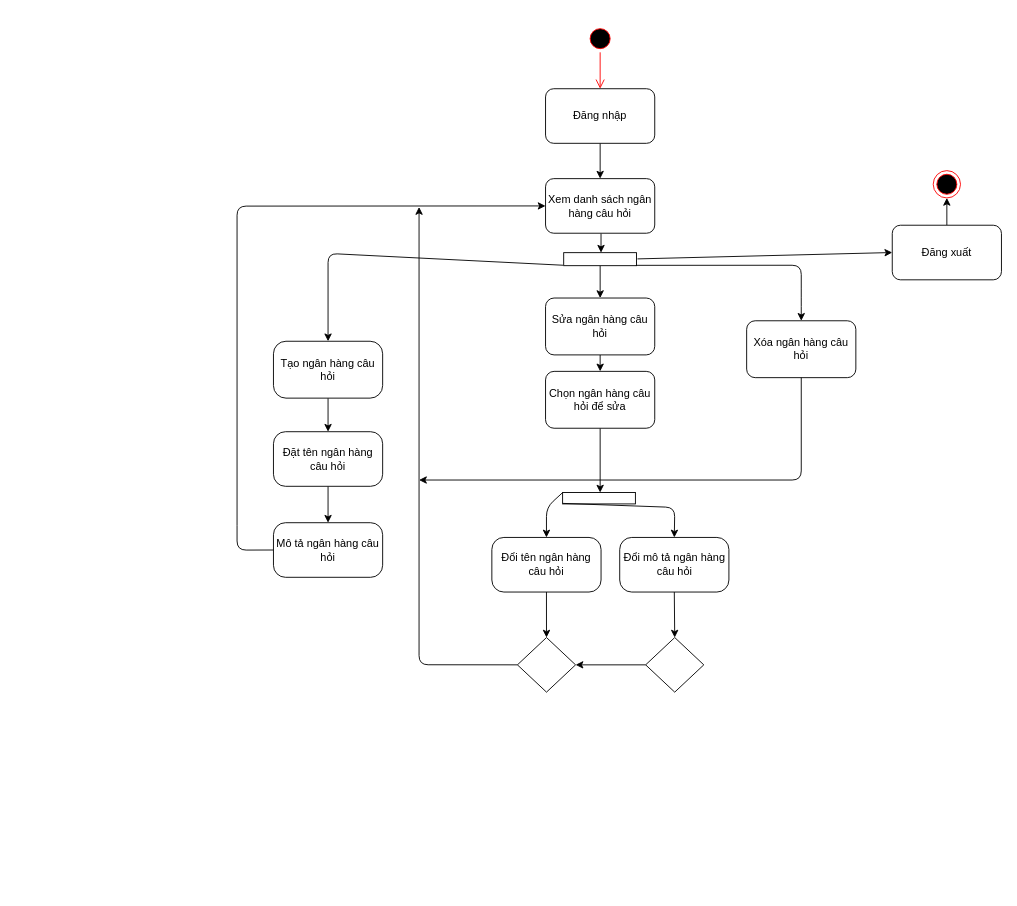
This is page "Quản lý câu hỏi" (2 of 4) of activitydiagram.drawio from VDT1805/ChallengeCreator, a draw.io file, before an edit. Source tidied: cells renumbered, new cells numbered last; positions are measured from the earlier drawing's top-left corner, leaving out a move shared by most shapes. Both pictures are drawn from the tidied source at 91%, with x=0, y=0 at pixel (237, 25).
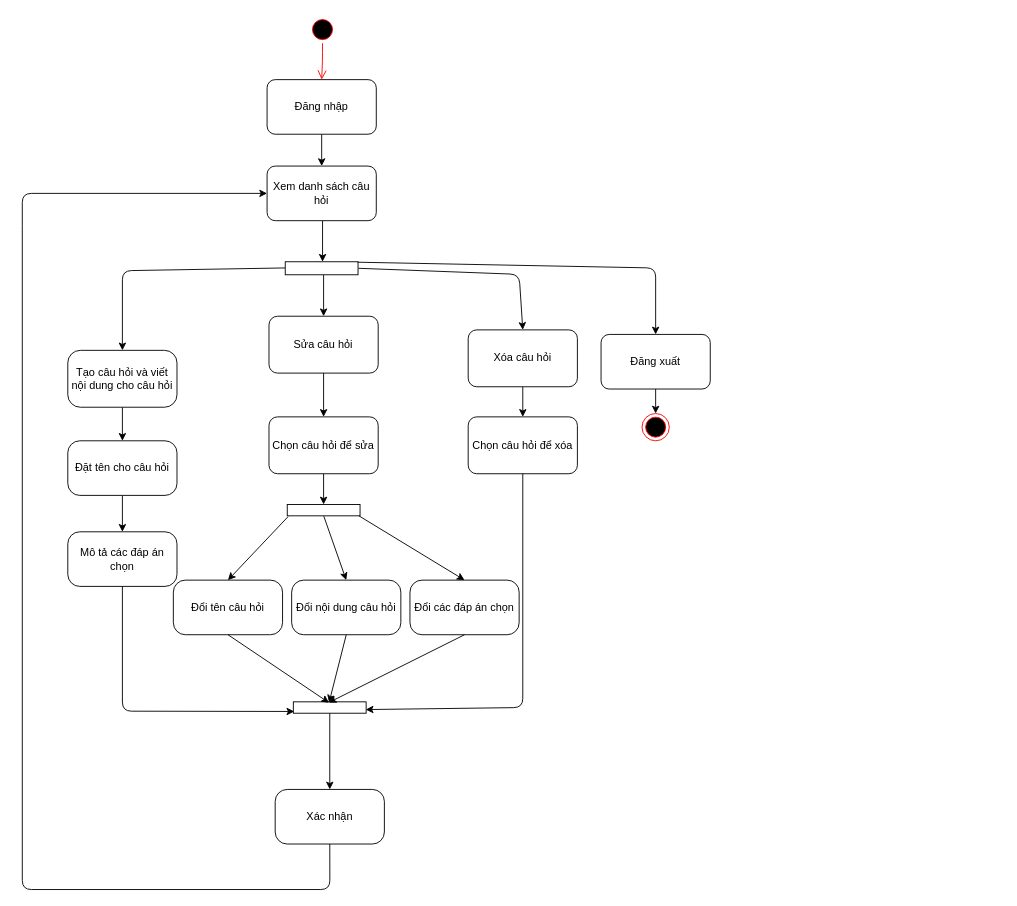
The same diagram, later.

What changed in the source:
```diff
@@
-    <mxCell id="2" style="ellipse;html=1;shape=endState;fillColor=#000000;strokeColor=#ff0000;" parent="1" vertex="1">
-      <mxGeometry x="765" y="160" width="30" height="30" as="geometry" />
-    </mxCell>
-    <mxCell id="3" style="ellipse;html=1;shape=startState;fillColor=#000000;strokeColor=#ff0000;" parent="1" vertex="1">
-      <mxGeometry x="384" width="30" height="30" as="geometry" />
-    </mxCell>
-    <mxCell id="4" style="edgeStyle=orthogonalEdgeStyle;html=1;verticalAlign=bottom;endArrow=open;endSize=8;strokeColor=#ff0000;entryX=0.5;entryY=0;entryDx=0;entryDy=0;" parent="1" edge="1" source="3" target="6">
-      <mxGeometry relative="1" as="geometry" />
-    </mxCell>
-    <mxCell id="5" style="edgeStyle=none;html=1;exitX=0.5;exitY=1;exitDx=0;exitDy=0;entryX=0.5;entryY=0;entryDx=0;entryDy=0;" parent="1" edge="1" source="6" target="19">
-      <mxGeometry relative="1" as="geometry" />
-    </mxCell>
+    <mxCell id="40" style="ellipse;html=1;shape=endState;fillColor=#000000;strokeColor=#ff0000;" parent="1" vertex="1">
+      <mxGeometry x="445" y="426.9" width="30" height="30" as="geometry" />
+    </mxCell>
+    <mxCell id="41" style="ellipse;html=1;shape=startState;fillColor=#000000;strokeColor=#ff0000;" parent="1" vertex="1">
+      <mxGeometry x="78.9" y="-10" width="30" height="30" as="geometry" />
+    </mxCell>
+    <mxCell id="42" style="edgeStyle=orthogonalEdgeStyle;html=1;verticalAlign=bottom;endArrow=open;endSize=8;strokeColor=#ff0000;entryX=0.5;entryY=0;entryDx=0;entryDy=0;" parent="1" edge="1" source="41" target="6">
+      <mxGeometry relative="1" as="geometry" />
+    </mxCell>
+    <mxCell id="43" style="edgeStyle=none;html=1;exitX=0.5;exitY=1;exitDx=0;exitDy=0;entryX=0.5;entryY=0;entryDx=0;entryDy=0;" parent="1" edge="1" source="6" target="56">
+      <mxGeometry relative="1" as="geometry" />
+    </mxCell>
     <mxCell id="6" value="Đăng nhập" style="rounded=1;whiteSpace=wrap;html=1;" parent="1" vertex="1">
-      <mxGeometry x="339" y="70" width="120" height="60" as="geometry" />
+      <mxGeometry x="33" y="60" width="120" height="60" as="geometry" />
     </mxCell>
-    <mxCell id="7" style="edgeStyle=none;html=1;" parent="1" edge="1" source="8" target="22">
-      <mxGeometry relative="1" as="geometry" />
-    </mxCell>
-    <mxCell id="8" value="Tạo ngân hàng câu hỏi" style="rounded=1;whiteSpace=wrap;html=1;arcSize=22;" parent="1" vertex="1">
-      <mxGeometry x="40" y="347.5" width="120" height="62.5" as="geometry" />
-    </mxCell>
-    <mxCell id="9" style="edgeStyle=none;html=1;" parent="1" edge="1" source="10" target="32">
-      <mxGeometry relative="1" as="geometry" />
-    </mxCell>
-    <mxCell id="10" value="Sửa ngân hàng câu hỏi" style="rounded=1;whiteSpace=wrap;html=1;" parent="1" vertex="1">
-      <mxGeometry x="339" y="300" width="120" height="62.5" as="geometry" />
-    </mxCell>
-    <mxCell id="11" value="Xóa ngân hàng câu hỏi" style="rounded=1;whiteSpace=wrap;html=1;" parent="1" vertex="1">
-      <mxGeometry x="560" y="325" width="120" height="62.5" as="geometry" />
-    </mxCell>
-    <mxCell id="12" style="edgeStyle=none;html=1;entryX=0.5;entryY=0;entryDx=0;entryDy=0;exitX=0.974;exitY=0.016;exitDx=0;exitDy=0;exitPerimeter=0;" parent="1" edge="1" source="15" target="11">
-      <mxGeometry relative="1" as="geometry">
-        <Array as="points">
-          <mxPoint x="620" y="264" />
-          <mxPoint x="620" y="300" />
-        </Array>
-      </mxGeometry>
-    </mxCell>
-    <mxCell id="13" style="edgeStyle=none;html=1;entryX=0.5;entryY=0;entryDx=0;entryDy=0;exitX=0.967;exitY=1.008;exitDx=0;exitDy=0;exitPerimeter=0;" parent="1" edge="1" source="15" target="8">
-      <mxGeometry relative="1" as="geometry">
-        <Array as="points">
-          <mxPoint x="100" y="251" />
-        </Array>
-      </mxGeometry>
-    </mxCell>
-    <mxCell id="14" style="edgeStyle=none;rounded=1;html=1;entryX=0.5;entryY=0;entryDx=0;entryDy=0;endArrow=classic;endFill=1;" parent="1" edge="1" source="15" target="10">
-      <mxGeometry relative="1" as="geometry" />
-    </mxCell>
-    <mxCell id="15" style="html=1;points=[];perimeter=orthogonalPerimeter;rotation=90;" parent="1" vertex="1">
-      <mxGeometry x="391.8" y="217.3" width="14.3" height="80" as="geometry" />
-    </mxCell>
-    <mxCell id="16" style="edgeStyle=none;html=1;" parent="1" edge="1" source="17" target="2">
-      <mxGeometry relative="1" as="geometry" />
-    </mxCell>
+    <mxCell id="44" style="edgeStyle=none;html=1;" parent="1" edge="1" source="45" target="58">
+      <mxGeometry relative="1" as="geometry" />
+    </mxCell>
+    <mxCell id="45" value="Tạo câu hỏi và viết nội dung cho câu hỏi" style="rounded=1;whiteSpace=wrap;html=1;arcSize=22;" parent="1" vertex="1">
+      <mxGeometry x="-186" y="357.5" width="120" height="62.5" as="geometry" />
+    </mxCell>
+    <mxCell id="46" style="edgeStyle=none;html=1;" parent="1" edge="1" source="47" target="64">
+      <mxGeometry relative="1" as="geometry" />
+    </mxCell>
+    <mxCell id="47" value="Sửa câu hỏi" style="rounded=1;whiteSpace=wrap;html=1;" parent="1" vertex="1">
+      <mxGeometry x="35.1" y="320" width="120" height="62.5" as="geometry" />
+    </mxCell>
+    <mxCell id="48" style="edgeStyle=none;html=1;endArrow=classic;endFill=1;" parent="1" edge="1" source="49" target="73">
+      <mxGeometry relative="1" as="geometry" />
+    </mxCell>
+    <mxCell id="49" value="Xóa câu hỏi" style="rounded=1;whiteSpace=wrap;html=1;" parent="1" vertex="1">
+      <mxGeometry x="254" y="335" width="120" height="62.5" as="geometry" />
+    </mxCell>
+    <mxCell id="50" style="edgeStyle=none;html=1;exitX=0.502;exitY=-0.004;exitDx=0;exitDy=0;exitPerimeter=0;entryX=0.5;entryY=0;entryDx=0;entryDy=0;" parent="1" edge="1" source="53" target="49">
+      <mxGeometry relative="1" as="geometry">
+        <Array as="points">
+          <mxPoint x="310" y="274" />
+        </Array>
+      </mxGeometry>
+    </mxCell>
+    <mxCell id="51" style="edgeStyle=none;html=1;entryX=0.5;entryY=0;entryDx=0;entryDy=0;exitX=0.474;exitY=0.999;exitDx=0;exitDy=0;exitPerimeter=0;" parent="1" edge="1" source="53" target="45">
+      <mxGeometry relative="1" as="geometry">
+        <Array as="points">
+          <mxPoint x="-126" y="270" />
+        </Array>
+      </mxGeometry>
+    </mxCell>
+    <mxCell id="52" style="edgeStyle=none;rounded=1;html=1;entryX=0.5;entryY=0;entryDx=0;entryDy=0;endArrow=classic;endFill=1;" parent="1" edge="1" source="53" target="47">
+      <mxGeometry relative="1" as="geometry" />
+    </mxCell>
+    <mxCell id="53" style="html=1;points=[];perimeter=orthogonalPerimeter;rotation=90;" parent="1" vertex="1">
+      <mxGeometry x="85.8" y="227.3" width="14.3" height="80" as="geometry" />
+    </mxCell>
+    <mxCell id="54" style="edgeStyle=none;html=1;" parent="1" edge="1" source="17" target="40">
+      <mxGeometry relative="1" as="geometry" />
+    </mxCell>
     <mxCell id="17" value="Đăng xuất" style="rounded=1;whiteSpace=wrap;html=1;" parent="1" vertex="1">
-      <mxGeometry x="720" y="220" width="120" height="60" as="geometry" />
+      <mxGeometry x="400" y="340" width="120" height="60" as="geometry" />
     </mxCell>
-    <mxCell id="18" style="edgeStyle=none;html=1;exitX=0.508;exitY=1.005;exitDx=0;exitDy=0;exitPerimeter=0;" parent="1" edge="1" source="19" target="15">
-      <mxGeometry relative="1" as="geometry" />
-    </mxCell>
-    <mxCell id="19" value="Xem danh sách ngân hàng câu hỏi" style="rounded=1;whiteSpace=wrap;html=1;" parent="1" vertex="1">
-      <mxGeometry x="339" y="168.8" width="120" height="60" as="geometry" />
-    </mxCell>
-    <mxCell id="20" style="endArrow=classic;html=1;entryX=0;entryY=0.5;entryDx=0;entryDy=0;startArrow=none;" parent="1" edge="1" target="19">
-      <mxGeometry relative="1" as="geometry">
-        <mxPoint y="550" as="sourcePoint" />
-        <Array as="points">
-          <mxPoint y="199" />
-        </Array>
-      </mxGeometry>
-    </mxCell>
-    <mxCell id="21" style="edgeStyle=none;html=1;" parent="1" edge="1" source="22" target="23">
-      <mxGeometry relative="1" as="geometry" />
-    </mxCell>
-    <mxCell id="22" value="Đặt tên ngân hàng câu hỏi" style="whiteSpace=wrap;html=1;rounded=1;arcSize=22;" parent="1" vertex="1">
-      <mxGeometry x="40" y="446.9" width="120" height="60" as="geometry" />
-    </mxCell>
-    <mxCell id="23" value="Mô tả ngân hàng câu hỏi" style="whiteSpace=wrap;html=1;rounded=1;arcSize=22;" parent="1" vertex="1">
-      <mxGeometry x="40" y="546.9" width="120" height="60" as="geometry" />
-    </mxCell>
-    <mxCell id="24" style="html=1;points=[];perimeter=orthogonalPerimeter;rotation=90;" parent="1" vertex="1">
-      <mxGeometry x="391.5" y="480" width="12.5" height="80" as="geometry" />
-    </mxCell>
-    <mxCell id="25" style="edgeStyle=none;html=1;exitX=0.5;exitY=1;exitDx=0;exitDy=0;entryX=0.5;entryY=0;entryDx=0;entryDy=0;" parent="1" edge="1" source="26" target="34">
-      <mxGeometry relative="1" as="geometry" />
-    </mxCell>
-    <mxCell id="26" value="Đổi tên ngân hàng câu hỏi" style="whiteSpace=wrap;html=1;rounded=1;arcSize=22;" parent="1" vertex="1">
-      <mxGeometry x="280" y="563.1" width="120" height="60" as="geometry" />
-    </mxCell>
-    <mxCell id="27" style="edgeStyle=none;html=1;exitX=0.5;exitY=1;exitDx=0;exitDy=0;entryX=0.5;entryY=0;entryDx=0;entryDy=0;" parent="1" edge="1" source="28" target="35">
-      <mxGeometry relative="1" as="geometry" />
-    </mxCell>
-    <mxCell id="28" value="Đổi mô tả ngân hàng câu hỏi" style="whiteSpace=wrap;html=1;rounded=1;arcSize=22;" parent="1" vertex="1">
-      <mxGeometry x="420.5" y="563.1" width="120" height="60" as="geometry" />
-    </mxCell>
-    <mxCell id="29" style="endArrow=classic;html=1;entryX=0.5;entryY=0;entryDx=0;entryDy=0;exitX=-0.009;exitY=0.997;exitDx=0;exitDy=0;exitPerimeter=0;" parent="1" edge="1" source="24" target="26">
-      <mxGeometry relative="1" as="geometry">
-        <Array as="points">
-          <mxPoint x="340" y="530.1" />
-        </Array>
-      </mxGeometry>
-    </mxCell>
-    <mxCell id="30" style="endArrow=classic;html=1;entryX=0.5;entryY=0;entryDx=0;entryDy=0;exitX=0.954;exitY=0.994;exitDx=0;exitDy=0;exitPerimeter=0;" parent="1" edge="1" source="24" target="28">
-      <mxGeometry relative="1" as="geometry">
-        <Array as="points">
-          <mxPoint x="481" y="530.1" />
-        </Array>
-      </mxGeometry>
-    </mxCell>
-    <mxCell id="31" style="edgeStyle=none;html=1;endArrow=classic;endFill=1;" parent="1" edge="1" source="32" target="24">
-      <mxGeometry relative="1" as="geometry" />
-    </mxCell>
-    <mxCell id="32" value="Chọn ngân hàng câu hỏi để sửa" style="rounded=1;whiteSpace=wrap;html=1;" parent="1" vertex="1">
-      <mxGeometry x="339" y="380.6" width="120" height="62.5" as="geometry" />
-    </mxCell>
-    <mxCell id="33" style="endArrow=classic;html=1;entryX=0;entryY=0.5;entryDx=0;entryDy=0;" parent="1" edge="1" target="17">
-      <mxGeometry relative="1" as="geometry">
-        <mxPoint x="440" y="257" as="sourcePoint" />
-      </mxGeometry>
-    </mxCell>
-    <mxCell id="34" style="rhombus;whiteSpace=wrap;html=1;" parent="1" vertex="1">
-      <mxGeometry x="308.1" y="673.1" width="63.9" height="60" as="geometry" />
-    </mxCell>
-    <mxCell id="35" style="rhombus;whiteSpace=wrap;html=1;" parent="1" vertex="1">
-      <mxGeometry x="449" y="673.1" width="63.9" height="60" as="geometry" />
-    </mxCell>
-    <mxCell id="36" style="endArrow=classic;html=1;strokeColor=default;exitX=0;exitY=0.5;exitDx=0;exitDy=0;entryX=1;entryY=0.5;entryDx=0;entryDy=0;" parent="1" edge="1" source="35" target="34">
-      <mxGeometry relative="1" as="geometry" />
-    </mxCell>
-    <mxCell id="37" style="endArrow=classic;html=1;strokeColor=default;exitX=0;exitY=0.5;exitDx=0;exitDy=0;" parent="1" edge="1" source="34">
-      <mxGeometry relative="1" as="geometry">
-        <mxPoint x="200" y="200" as="targetPoint" />
-        <Array as="points">
-          <mxPoint x="200" y="703" />
-        </Array>
-      </mxGeometry>
-    </mxCell>
-    <mxCell id="38" style="endArrow=none;html=1;startArrow=none;exitX=0;exitY=0.5;exitDx=0;exitDy=0;endFill=0;" parent="1" edge="1" source="23">
-      <mxGeometry relative="1" as="geometry">
-        <mxPoint y="550" as="targetPoint" />
-        <Array as="points">
-          <mxPoint y="577" />
-        </Array>
-      </mxGeometry>
-    </mxCell>
-    <mxCell id="39" style="edgeStyle=none;html=1;exitX=0.5;exitY=1;exitDx=0;exitDy=0;" parent="1" edge="1" source="11">
-      <mxGeometry relative="1" as="geometry">
-        <mxPoint x="200" y="500" as="targetPoint" />
-        <Array as="points">
-          <mxPoint x="620" y="500" />
-        </Array>
-      </mxGeometry>
-    </mxCell>
+    <mxCell id="55" style="edgeStyle=none;html=1;exitX=0.508;exitY=1.005;exitDx=0;exitDy=0;exitPerimeter=0;" parent="1" edge="1" source="56" target="53">
+      <mxGeometry relative="1" as="geometry" />
+    </mxCell>
+    <mxCell id="56" value="Xem danh sách câu hỏi" style="rounded=1;whiteSpace=wrap;html=1;" parent="1" vertex="1">
+      <mxGeometry x="33" y="155" width="120" height="60" as="geometry" />
+    </mxCell>
+    <mxCell id="57" style="edgeStyle=none;html=1;" parent="1" edge="1" source="58" target="59">
+      <mxGeometry relative="1" as="geometry" />
+    </mxCell>
+    <mxCell id="58" value="Đặt tên cho câu hỏi" style="whiteSpace=wrap;html=1;rounded=1;arcSize=22;" parent="1" vertex="1">
+      <mxGeometry x="-186" y="456.9" width="120" height="60" as="geometry" />
+    </mxCell>
+    <mxCell id="59" value="Mô tả các đáp án chọn" style="whiteSpace=wrap;html=1;rounded=1;arcSize=22;" parent="1" vertex="1">
+      <mxGeometry x="-186" y="556.9" width="120" height="60" as="geometry" />
+    </mxCell>
+    <mxCell id="60" style="html=1;points=[];perimeter=orthogonalPerimeter;rotation=90;" parent="1" vertex="1">
+      <mxGeometry x="88.9" y="493.1" width="12.5" height="80" as="geometry" />
+    </mxCell>
+    <mxCell id="61" value="Đổi nội dung câu hỏi" style="whiteSpace=wrap;html=1;rounded=1;arcSize=22;" parent="1" vertex="1">
+      <mxGeometry x="60" y="610" width="120" height="60" as="geometry" />
+    </mxCell>
+    <mxCell id="62" value="Đổi các đáp án chọn" style="whiteSpace=wrap;html=1;rounded=1;arcSize=22;" parent="1" vertex="1">
+      <mxGeometry x="190" y="610" width="120" height="60" as="geometry" />
+    </mxCell>
+    <mxCell id="63" style="edgeStyle=none;html=1;endArrow=classic;endFill=1;" parent="1" edge="1" source="64" target="60">
+      <mxGeometry relative="1" as="geometry" />
+    </mxCell>
+    <mxCell id="64" value="Chọn câu hỏi để sửa" style="rounded=1;whiteSpace=wrap;html=1;" parent="1" vertex="1">
+      <mxGeometry x="35.1" y="430.6" width="120" height="62.5" as="geometry" />
+    </mxCell>
+    <mxCell id="65" value="Xác nhận" style="whiteSpace=wrap;html=1;rounded=1;arcSize=22;" parent="1" vertex="1">
+      <mxGeometry x="41.9" y="840" width="120" height="60" as="geometry" />
+    </mxCell>
+    <mxCell id="66" style="endArrow=classic;html=1;startArrow=none;exitX=0.5;exitY=1;exitDx=0;exitDy=0;endFill=1;entryX=0.847;entryY=0.987;entryDx=0;entryDy=0;entryPerimeter=0;" parent="1" edge="1" source="59" target="68">
+      <mxGeometry relative="1" as="geometry">
+        <Array as="points">
+          <mxPoint x="-126" y="754" />
+        </Array>
+      </mxGeometry>
+    </mxCell>
+    <mxCell id="67" style="edgeStyle=none;html=1;endArrow=classic;endFill=1;" parent="1" edge="1" source="68" target="65">
+      <mxGeometry relative="1" as="geometry" />
+    </mxCell>
+    <mxCell id="68" style="html=1;points=[];perimeter=orthogonalPerimeter;rotation=90;" parent="1" vertex="1">
+      <mxGeometry x="95.6" y="710" width="12.5" height="80" as="geometry" />
+    </mxCell>
+    <mxCell id="69" style="endArrow=classic;html=1;startArrow=none;exitX=0.5;exitY=1;exitDx=0;exitDy=0;endFill=1;entryX=0.059;entryY=0.509;entryDx=0;entryDy=0;entryPerimeter=0;" parent="1" edge="1" source="61" target="68">
+      <mxGeometry relative="1" as="geometry" />
+    </mxCell>
+    <mxCell id="70" style="endArrow=classic;html=1;startArrow=none;exitX=0.5;exitY=1;exitDx=0;exitDy=0;endFill=1;entryX=0.066;entryY=0.514;entryDx=0;entryDy=0;entryPerimeter=0;" parent="1" edge="1" source="62" target="68">
+      <mxGeometry relative="1" as="geometry" />
+    </mxCell>
+    <mxCell id="71" style="endArrow=classic;html=1;exitX=1.03;exitY=0.498;exitDx=0;exitDy=0;exitPerimeter=0;entryX=0.5;entryY=0;entryDx=0;entryDy=0;" parent="1" edge="1" source="60" target="61">
+      <mxGeometry relative="1" as="geometry" />
+    </mxCell>
+    <mxCell id="72" style="endArrow=classic;html=1;startArrow=none;exitX=0.999;exitY=0.016;exitDx=0;exitDy=0;endFill=1;entryX=0.5;entryY=0;entryDx=0;entryDy=0;exitPerimeter=0;" parent="1" edge="1" source="60" target="62">
+      <mxGeometry relative="1" as="geometry" />
+    </mxCell>
+    <mxCell id="73" value="Chọn câu hỏi để xóa" style="rounded=1;whiteSpace=wrap;html=1;" parent="1" vertex="1">
+      <mxGeometry x="254" y="430.6" width="120" height="62.5" as="geometry" />
+    </mxCell>
+    <mxCell id="74" style="endArrow=classic;html=1;startArrow=none;exitX=0.5;exitY=1;exitDx=0;exitDy=0;endFill=1;entryX=0.68;entryY=0.006;entryDx=0;entryDy=0;entryPerimeter=0;" parent="1" edge="1" source="73" target="68">
+      <mxGeometry relative="1" as="geometry">
+        <Array as="points">
+          <mxPoint x="314" y="750" />
+        </Array>
+      </mxGeometry>
+    </mxCell>
+    <mxCell id="75" style="endArrow=none;html=1;startArrow=none;exitX=0.5;exitY=1;exitDx=0;exitDy=0;endFill=0;" parent="1" edge="1" source="65">
+      <mxGeometry relative="1" as="geometry">
+        <mxPoint x="-166" y="950" as="targetPoint" />
+        <Array as="points">
+          <mxPoint x="102" y="950" />
+        </Array>
+      </mxGeometry>
+    </mxCell>
+    <mxCell id="76" style="endArrow=none;html=1;startArrow=none;endFill=0;" parent="1" edge="1">
+      <mxGeometry relative="1" as="geometry">
+        <mxPoint x="-166" y="950" as="sourcePoint" />
+        <mxPoint x="-236" y="220" as="targetPoint" />
+        <Array as="points">
+          <mxPoint x="-236" y="950" />
+        </Array>
+      </mxGeometry>
+    </mxCell>
+    <mxCell id="77" style="endArrow=classic;html=1;entryX=0;entryY=0.5;entryDx=0;entryDy=0;" parent="1" edge="1" target="56">
+      <mxGeometry relative="1" as="geometry">
+        <mxPoint x="-236" y="220" as="sourcePoint" />
+        <Array as="points">
+          <mxPoint x="-236" y="185" />
+        </Array>
+      </mxGeometry>
+    </mxCell>
+    <mxCell id="78" style="edgeStyle=none;html=1;entryX=0.5;entryY=0;entryDx=0;entryDy=0;exitX=0.035;exitY=0.006;exitDx=0;exitDy=0;exitPerimeter=0;" parent="1" edge="1" source="53" target="17">
+      <mxGeometry relative="1" as="geometry">
+        <Array as="points">
+          <mxPoint x="460" y="267" />
+        </Array>
+      </mxGeometry>
+    </mxCell>
+    <mxCell id="79" value="Đổi tên câu hỏi" style="whiteSpace=wrap;html=1;rounded=1;arcSize=22;" parent="1" vertex="1">
+      <mxGeometry x="-70" y="610" width="120" height="60" as="geometry" />
+    </mxCell>
+    <mxCell id="80" style="endArrow=classic;html=1;exitX=1.075;exitY=0.989;exitDx=0;exitDy=0;exitPerimeter=0;entryX=0.5;entryY=0;entryDx=0;entryDy=0;" parent="1" edge="1" source="60" target="79">
+      <mxGeometry relative="1" as="geometry" />
+    </mxCell>
+    <mxCell id="81" style="endArrow=classic;html=1;startArrow=none;exitX=0.5;exitY=1;exitDx=0;exitDy=0;endFill=1;entryX=0.08;entryY=0.509;entryDx=0;entryDy=0;entryPerimeter=0;" parent="1" edge="1" source="79" target="68">
+      <mxGeometry relative="1" as="geometry" />
+    </mxCell>
```
